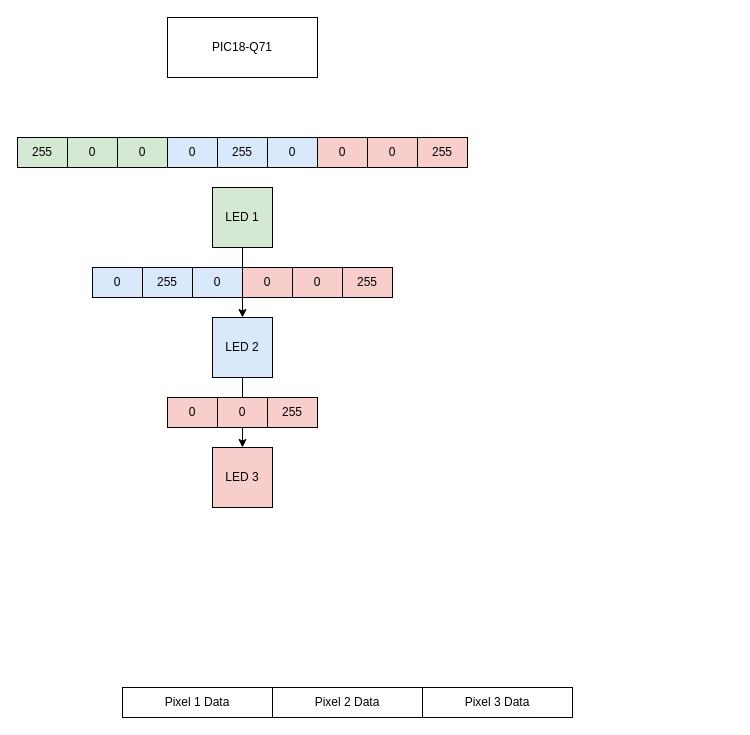
The draw.io diagram dmx/ws2812_data.drawio in jfcbooth/block_diagrams, before the edit. Source tidied: cells renumbered, new cells numbered last; positions are measured from the earlier drawing's top-left corner, leaving out a move shared by most shapes. Both pictures are drawn from the tidied source at 100%, with x=0, y=0 at pixel (17, 17).
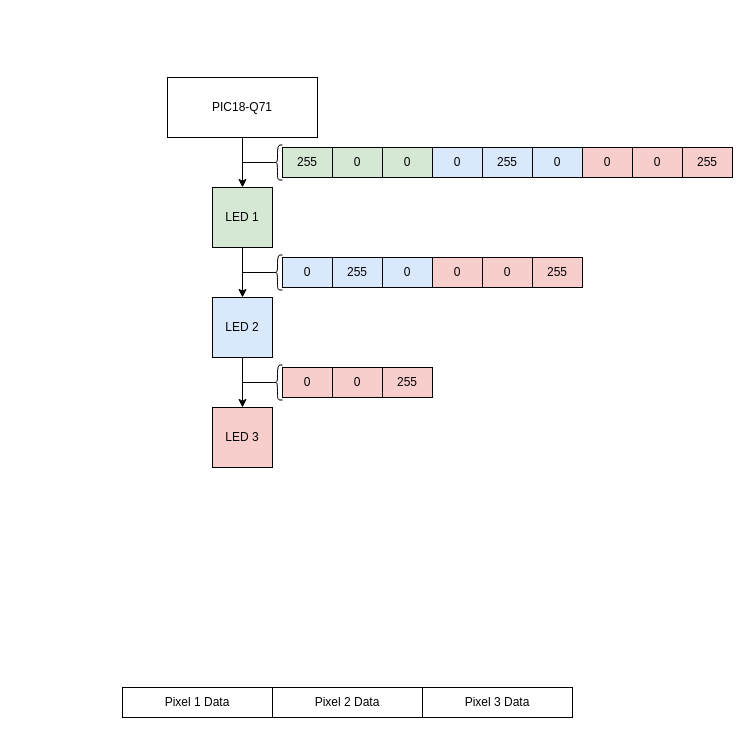
The same page after the edit.

Unchanged cells that the change refers to:
```xml
<mxCell id="3" value="LED 1" style="rounded=0;whiteSpace=wrap;html=1;fillColor=#d5e8d4;strokeColor=#000000;" parent="1" vertex="1">
  <mxGeometry x="195" y="170" width="60" height="60" as="geometry" />
</mxCell>
```

What changed in the source:
```diff
@@
     <mxCell id="5" value="&lt;div&gt;LED 2&lt;/div&gt;" style="rounded=0;whiteSpace=wrap;html=1;fillColor=#dae8fc;strokeColor=#000000;" parent="1" vertex="1">
-      <mxGeometry x="195" y="300" width="60" height="60" as="geometry" />
+      <mxGeometry x="195" y="280" width="60" height="60" as="geometry" />
     </mxCell>
     <mxCell id="6" value="LED 3" style="rounded=0;whiteSpace=wrap;html=1;fillColor=#f8cecc;strokeColor=#000000;" parent="1" vertex="1">
-      <mxGeometry x="195" y="430" width="60" height="60" as="geometry" />
+      <mxGeometry x="195" y="390" width="60" height="60" as="geometry" />
     </mxCell>
     <mxCell id="7" value="255" style="rounded=0;whiteSpace=wrap;html=1;fillColor=#d5e8d4;strokeColor=#000000;" parent="1" vertex="1">
-      <mxGeometry y="120" width="50" height="30" as="geometry" />
+      <mxGeometry x="265" y="130" width="50" height="30" as="geometry" />
     </mxCell>
     <mxCell id="8" value="0" style="rounded=0;whiteSpace=wrap;html=1;fillColor=#d5e8d4;strokeColor=#000000;" parent="1" vertex="1">
-      <mxGeometry x="50" y="120" width="50" height="30" as="geometry" />
+      <mxGeometry x="315" y="130" width="50" height="30" as="geometry" />
     </mxCell>
     <mxCell id="9" value="0" style="rounded=0;whiteSpace=wrap;html=1;fillColor=#d5e8d4;strokeColor=#000000;" parent="1" vertex="1">
-      <mxGeometry x="100" y="120" width="50" height="30" as="geometry" />
+      <mxGeometry x="365" y="130" width="50" height="30" as="geometry" />
     </mxCell>
     <mxCell id="10" value="0" style="rounded=0;whiteSpace=wrap;html=1;fillColor=#dae8fc;strokeColor=#000000;" parent="1" vertex="1">
-      <mxGeometry x="150" y="120" width="50" height="30" as="geometry" />
+      <mxGeometry x="415" y="130" width="50" height="30" as="geometry" />
     </mxCell>
     <mxCell id="11" value="255" style="rounded=0;whiteSpace=wrap;html=1;fillColor=#dae8fc;strokeColor=#000000;" parent="1" vertex="1">
-      <mxGeometry x="200" y="120" width="50" height="30" as="geometry" />
+      <mxGeometry x="465" y="130" width="50" height="30" as="geometry" />
     </mxCell>
     <mxCell id="12" value="0" style="rounded=0;whiteSpace=wrap;html=1;fillColor=#dae8fc;strokeColor=#000000;" parent="1" vertex="1">
-      <mxGeometry x="250" y="120" width="50" height="30" as="geometry" />
+      <mxGeometry x="515" y="130" width="50" height="30" as="geometry" />
     </mxCell>
     <mxCell id="13" value="0" style="rounded=0;whiteSpace=wrap;html=1;fillColor=#f8cecc;strokeColor=#000000;" parent="1" vertex="1">
-      <mxGeometry x="300" y="120" width="50" height="30" as="geometry" />
+      <mxGeometry x="565" y="130" width="50" height="30" as="geometry" />
     </mxCell>
     <mxCell id="14" value="0" style="rounded=0;whiteSpace=wrap;html=1;fillColor=#f8cecc;strokeColor=#000000;" parent="1" vertex="1">
-      <mxGeometry x="350" y="120" width="50" height="30" as="geometry" />
+      <mxGeometry x="615" y="130" width="50" height="30" as="geometry" />
     </mxCell>
     <mxCell id="15" value="255" style="rounded=0;whiteSpace=wrap;html=1;fillColor=#f8cecc;strokeColor=#000000;" parent="1" vertex="1">
-      <mxGeometry x="400" y="120" width="50" height="30" as="geometry" />
+      <mxGeometry x="665" y="130" width="50" height="30" as="geometry" />
     </mxCell>
@@
     <mxCell id="19" value="0" style="rounded=0;whiteSpace=wrap;html=1;fillColor=#dae8fc;strokeColor=#000000;" parent="1" vertex="1">
-      <mxGeometry x="75" y="250" width="50" height="30" as="geometry" />
+      <mxGeometry x="265" y="240" width="50" height="30" as="geometry" />
     </mxCell>
     <mxCell id="20" value="255" style="rounded=0;whiteSpace=wrap;html=1;fillColor=#dae8fc;strokeColor=#000000;" parent="1" vertex="1">
-      <mxGeometry x="125" y="250" width="50" height="30" as="geometry" />
+      <mxGeometry x="315" y="240" width="50" height="30" as="geometry" />
     </mxCell>
     <mxCell id="21" value="0" style="rounded=0;whiteSpace=wrap;html=1;fillColor=#dae8fc;strokeColor=#000000;" parent="1" vertex="1">
-      <mxGeometry x="175" y="250" width="50" height="30" as="geometry" />
+      <mxGeometry x="365" y="240" width="50" height="30" as="geometry" />
     </mxCell>
     <mxCell id="22" value="0" style="rounded=0;whiteSpace=wrap;html=1;fillColor=#f8cecc;strokeColor=#000000;" parent="1" vertex="1">
-      <mxGeometry x="225" y="250" width="50" height="30" as="geometry" />
+      <mxGeometry x="415" y="240" width="50" height="30" as="geometry" />
     </mxCell>
     <mxCell id="23" value="0" style="rounded=0;whiteSpace=wrap;html=1;fillColor=#f8cecc;strokeColor=#000000;" parent="1" vertex="1">
-      <mxGeometry x="275" y="250" width="50" height="30" as="geometry" />
+      <mxGeometry x="465" y="240" width="50" height="30" as="geometry" />
     </mxCell>
     <mxCell id="24" value="255" style="rounded=0;whiteSpace=wrap;html=1;fillColor=#f8cecc;strokeColor=#000000;" parent="1" vertex="1">
-      <mxGeometry x="325" y="250" width="50" height="30" as="geometry" />
+      <mxGeometry x="515" y="240" width="50" height="30" as="geometry" />
     </mxCell>
     <mxCell id="25" value="0" style="rounded=0;whiteSpace=wrap;html=1;fillColor=#f8cecc;strokeColor=#000000;" parent="1" vertex="1">
-      <mxGeometry x="150" y="380" width="50" height="30" as="geometry" />
+      <mxGeometry x="265" y="350" width="50" height="30" as="geometry" />
     </mxCell>
     <mxCell id="26" value="0" style="rounded=0;whiteSpace=wrap;html=1;fillColor=#f8cecc;strokeColor=#000000;" parent="1" vertex="1">
-      <mxGeometry x="200" y="380" width="50" height="30" as="geometry" />
+      <mxGeometry x="315" y="350" width="50" height="30" as="geometry" />
     </mxCell>
     <mxCell id="27" value="255" style="rounded=0;whiteSpace=wrap;html=1;fillColor=#f8cecc;strokeColor=#000000;" parent="1" vertex="1">
-      <mxGeometry x="250" y="380" width="50" height="30" as="geometry" />
+      <mxGeometry x="365" y="350" width="50" height="30" as="geometry" />
     </mxCell>
+    <mxCell id="29" style="edgeStyle=orthogonalEdgeStyle;rounded=0;jettySize=auto;html=1;exitX=0.5;exitY=1;exitDx=0;exitDy=0;entryX=0.5;entryY=0;entryDx=0;entryDy=0;" parent="1" edge="1" source="28" target="3">
+      <mxGeometry relative="1" as="geometry" />
+    </mxCell>
     <mxCell id="28" value="PIC18-Q71" style="rounded=0;whiteSpace=wrap;html=1;" parent="1" vertex="1">
-      <mxGeometry x="150" width="150" height="60" as="geometry" />
+      <mxGeometry x="150" y="60" width="150" height="60" as="geometry" />
     </mxCell>
+    <mxCell id="30" style="shape=curlyBracket;whiteSpace=wrap;html=1;rounded=1;labelPosition=left;verticalLabelPosition=middle;align=right;verticalAlign=middle;" parent="1" vertex="1">
+      <mxGeometry x="255" y="127.5" width="10" height="35" as="geometry" />
+    </mxCell>
+    <mxCell id="31" style="endArrow=none;html=1;rounded=0;entryX=0.1;entryY=0.5;entryDx=0;entryDy=0;entryPerimeter=0;" parent="1" edge="1" target="30">
+      <mxGeometry relative="1" as="geometry">
+        <mxPoint x="225" y="145" as="sourcePoint" />
+      </mxGeometry>
+    </mxCell>
+    <mxCell id="32" style="shape=curlyBracket;whiteSpace=wrap;html=1;rounded=1;labelPosition=left;verticalLabelPosition=middle;align=right;verticalAlign=middle;" parent="1" vertex="1">
+      <mxGeometry x="255" y="237.5" width="10" height="35" as="geometry" />
+    </mxCell>
+    <mxCell id="33" style="endArrow=none;html=1;rounded=0;entryX=0.1;entryY=0.5;entryDx=0;entryDy=0;entryPerimeter=0;" parent="1" edge="1" target="32">
+      <mxGeometry relative="1" as="geometry">
+        <mxPoint x="225" y="255" as="sourcePoint" />
+      </mxGeometry>
+    </mxCell>
+    <mxCell id="34" style="shape=curlyBracket;whiteSpace=wrap;html=1;rounded=1;labelPosition=left;verticalLabelPosition=middle;align=right;verticalAlign=middle;" parent="1" vertex="1">
+      <mxGeometry x="255" y="347.5" width="10" height="35" as="geometry" />
+    </mxCell>
+    <mxCell id="35" style="endArrow=none;html=1;rounded=0;entryX=0.1;entryY=0.5;entryDx=0;entryDy=0;entryPerimeter=0;" parent="1" edge="1" target="34">
+      <mxGeometry relative="1" as="geometry">
+        <mxPoint x="225" y="365" as="sourcePoint" />
+      </mxGeometry>
+    </mxCell>
```
